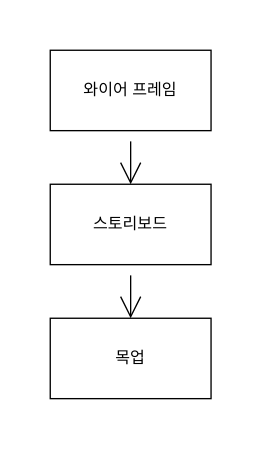
The draw.io diagram img/7_8_test1.drawio in Dana-Moon/0516, before the edit. Source tidied: cells renumbered, new cells numbered last; positions are measured from the earlier drawing's top-left corner, leaving out a move shared by most shapes. Both pictures are drawn from the tidied source at 134%, with x=0, y=0 at pixel (50, 50).
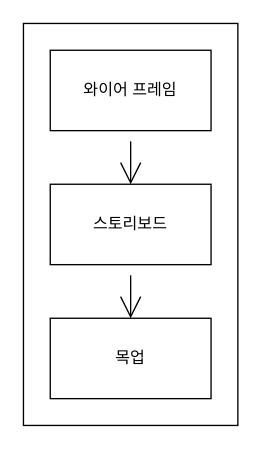
The same page after the edit.

Diff of the diagram source:
```diff
@@
 <mxGraphModel>
   <root>
     <mxCell id="0" />
     <mxCell id="1" parent="0" />
+    <mxCell id="7" style="rounded=0;whiteSpace=wrap;html=1;hachureGap=4;" parent="1" vertex="1">
+      <mxGeometry x="-20" y="-20" width="160" height="300" as="geometry" />
+    </mxCell>
     <mxCell id="2" style="edgeStyle=none;curved=1;rounded=0;jettySize=auto;html=1;entryX=0.5;entryY=0;entryDx=0;entryDy=0;endArrow=open;startSize=14;endSize=14;sourcePerimeterSpacing=8;targetPerimeterSpacing=8;" parent="1" edge="1" source="3" target="5">
       <mxGeometry relative="1" as="geometry" />
     </mxCell>
     <mxCell id="3" value="와이어 프레임" style="rounded=0;whiteSpace=wrap;html=1;hachureGap=4;" parent="1" vertex="1">
       <mxGeometry width="120" height="60" as="geometry" />
     </mxCell>
     <mxCell id="4" style="edgeStyle=none;curved=1;rounded=0;jettySize=auto;html=1;entryX=0.5;entryY=0;entryDx=0;entryDy=0;endArrow=open;startSize=14;endSize=14;sourcePerimeterSpacing=8;targetPerimeterSpacing=8;" parent="1" edge="1" source="5" target="6">
       <mxGeometry relative="1" as="geometry" />
     </mxCell>
     <mxCell id="5" value="스토리보드" style="rounded=0;whiteSpace=wrap;html=1;hachureGap=4;" parent="1" vertex="1">
       <mxGeometry y="100" width="120" height="60" as="geometry" />
     </mxCell>
     <mxCell id="6" value="목업" style="rounded=0;whiteSpace=wrap;html=1;hachureGap=4;" parent="1" vertex="1">
       <mxGeometry y="200" width="120" height="60" as="geometry" />
     </mxCell>
   </root>
 </mxGraphModel>
```
